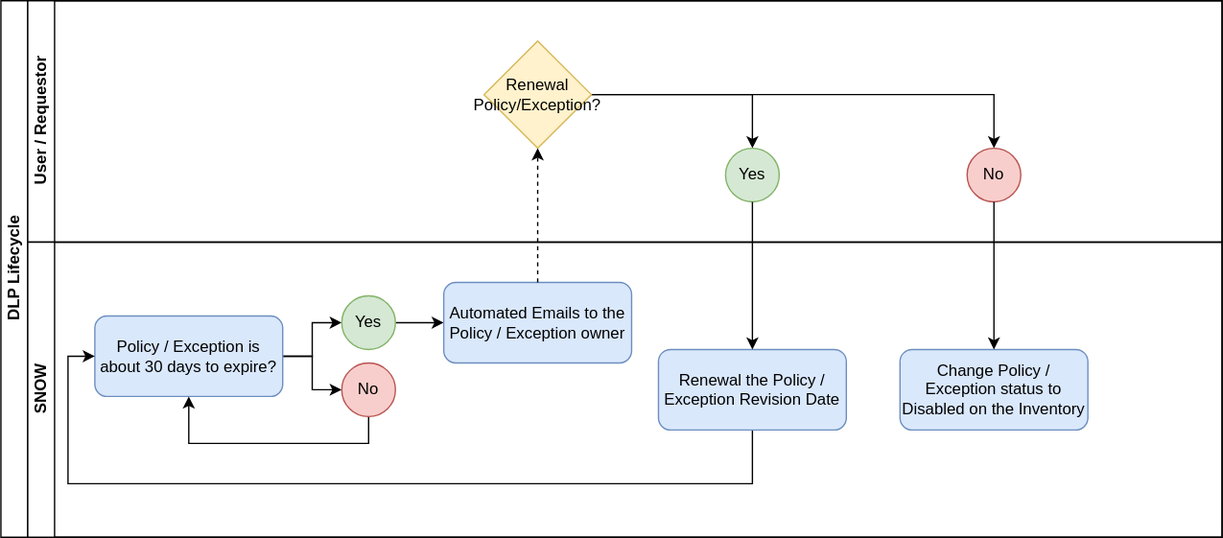
Earlier version of the draw.io export Lifecycle.svg (jovblopes/Internet-of-Things). Source tidied: cells renumbered, new cells last; positions are measured from the earlier drawing's top-left corner, leaving out a move shared by most shapes. Source of this version:
```xml
<mxGraphModel background="#ffffff">
  <root>
    <mxCell id="0" />
    <mxCell id="1" parent="0" />
    <mxCell id="2" value="DLP Lifecycle" style="swimlane;html=1;horizontal=0;startSize=20;" parent="1" vertex="1">
      <mxGeometry width="910" height="400" as="geometry" />
    </mxCell>
    <mxCell id="3" value="User / Requestor" style="swimlane;html=1;startSize=20;horizontal=0;" parent="2" vertex="1">
      <mxGeometry x="20" width="890" height="180" as="geometry" />
    </mxCell>
    <mxCell id="4" style="edgeStyle=orthogonalEdgeStyle;rounded=0;jettySize=auto;html=1;entryX=0.5;entryY=0;entryDx=0;entryDy=0;" parent="3" edge="1" source="6" target="7">
      <mxGeometry relative="1" as="geometry" />
    </mxCell>
    <mxCell id="5" style="edgeStyle=orthogonalEdgeStyle;rounded=0;jettySize=auto;html=1;entryX=0.5;entryY=0;entryDx=0;entryDy=0;" parent="3" edge="1" source="6" target="8">
      <mxGeometry relative="1" as="geometry" />
    </mxCell>
    <mxCell id="6" value="Renewal Policy/Exception?" style="rhombus;whiteSpace=wrap;html=1;fillColor=#fff2cc;strokeColor=#d6b656;" parent="3" vertex="1">
      <mxGeometry x="340" y="30" width="80" height="80" as="geometry" />
    </mxCell>
    <mxCell id="7" value="Yes" style="ellipse;whiteSpace=wrap;html=1;fillColor=#d5e8d4;strokeColor=#82b366;" parent="3" vertex="1">
      <mxGeometry x="520" y="110" width="40" height="40" as="geometry" />
    </mxCell>
    <mxCell id="8" value="No" style="ellipse;whiteSpace=wrap;html=1;fillColor=#f8cecc;strokeColor=#b85450;" parent="3" vertex="1">
      <mxGeometry x="700" y="110" width="40" height="40" as="geometry" />
    </mxCell>
    <mxCell id="9" value="SNOW" style="swimlane;html=1;startSize=20;horizontal=0;" parent="2" vertex="1">
      <mxGeometry x="20" y="180" width="890" height="220" as="geometry" />
    </mxCell>
    <mxCell id="10" style="edgeStyle=orthogonalEdgeStyle;rounded=0;jettySize=auto;html=1;entryX=0;entryY=0.5;entryDx=0;entryDy=0;" parent="9" edge="1" source="12" target="14">
      <mxGeometry relative="1" as="geometry" />
    </mxCell>
    <mxCell id="11" style="edgeStyle=orthogonalEdgeStyle;rounded=0;jettySize=auto;html=1;entryX=0;entryY=0.5;entryDx=0;entryDy=0;" parent="9" edge="1" source="12" target="16">
      <mxGeometry relative="1" as="geometry" />
    </mxCell>
    <mxCell id="12" value="Policy / Exception is about 30 days to expire?" style="rounded=1;whiteSpace=wrap;html=1;fillColor=#dae8fc;strokeColor=#6c8ebf;" parent="9" vertex="1">
      <mxGeometry x="50" y="55" width="140" height="60" as="geometry" />
    </mxCell>
    <mxCell id="13" style="edgeStyle=orthogonalEdgeStyle;rounded=0;jettySize=auto;html=1;entryX=0;entryY=0.5;entryDx=0;entryDy=0;" parent="9" edge="1" source="14" target="17">
      <mxGeometry relative="1" as="geometry" />
    </mxCell>
    <mxCell id="14" value="Yes" style="ellipse;whiteSpace=wrap;html=1;fillColor=#d5e8d4;strokeColor=#82b366;" parent="9" vertex="1">
      <mxGeometry x="234" y="40" width="40" height="40" as="geometry" />
    </mxCell>
    <mxCell id="15" style="edgeStyle=orthogonalEdgeStyle;rounded=0;jettySize=auto;html=1;entryX=0.5;entryY=1;entryDx=0;entryDy=0;" parent="9" edge="1" source="16" target="12">
      <mxGeometry relative="1" as="geometry">
        <Array as="points">
          <mxPoint x="254" y="150" />
          <mxPoint x="120" y="150" />
        </Array>
      </mxGeometry>
    </mxCell>
    <mxCell id="16" value="No" style="ellipse;whiteSpace=wrap;html=1;fillColor=#f8cecc;strokeColor=#b85450;" parent="9" vertex="1">
      <mxGeometry x="234" y="90" width="40" height="40" as="geometry" />
    </mxCell>
    <mxCell id="17" value="Automated Emails to the Policy / Exception owner" style="rounded=1;whiteSpace=wrap;html=1;fillColor=#dae8fc;strokeColor=#6c8ebf;" parent="9" vertex="1">
      <mxGeometry x="310" y="30" width="140" height="60" as="geometry" />
    </mxCell>
    <mxCell id="18" style="edgeStyle=orthogonalEdgeStyle;rounded=0;jettySize=auto;html=1;entryX=0;entryY=0.5;entryDx=0;entryDy=0;" parent="9" edge="1" source="19" target="12">
      <mxGeometry relative="1" as="geometry">
        <Array as="points">
          <mxPoint x="540" y="180" />
          <mxPoint x="30" y="180" />
          <mxPoint x="30" y="85" />
        </Array>
      </mxGeometry>
    </mxCell>
    <mxCell id="19" value="Renewal the Policy / Exception Revision Date" style="rounded=1;whiteSpace=wrap;html=1;fillColor=#dae8fc;strokeColor=#6c8ebf;" parent="9" vertex="1">
      <mxGeometry x="470" y="80" width="140" height="60" as="geometry" />
    </mxCell>
    <mxCell id="20" value="Change Policy / Exception status to Disabled on the Inventory" style="rounded=1;whiteSpace=wrap;html=1;fillColor=#dae8fc;strokeColor=#6c8ebf;" parent="9" vertex="1">
      <mxGeometry x="650" y="80" width="140" height="60" as="geometry" />
    </mxCell>
    <mxCell id="21" style="edgeStyle=orthogonalEdgeStyle;rounded=0;jettySize=auto;html=1;entryX=0.5;entryY=1;entryDx=0;entryDy=0;dashed=1;" parent="2" edge="1" source="17" target="6">
      <mxGeometry relative="1" as="geometry" />
    </mxCell>
    <mxCell id="22" style="edgeStyle=orthogonalEdgeStyle;rounded=0;jettySize=auto;html=1;entryX=0.5;entryY=0;entryDx=0;entryDy=0;" parent="2" edge="1" source="7" target="19">
      <mxGeometry relative="1" as="geometry" />
    </mxCell>
    <mxCell id="23" style="edgeStyle=orthogonalEdgeStyle;rounded=0;jettySize=auto;html=1;entryX=0.5;entryY=0;entryDx=0;entryDy=0;" parent="2" edge="1" source="8" target="20">
      <mxGeometry relative="1" as="geometry" />
    </mxCell>
  </root>
</mxGraphModel>
```
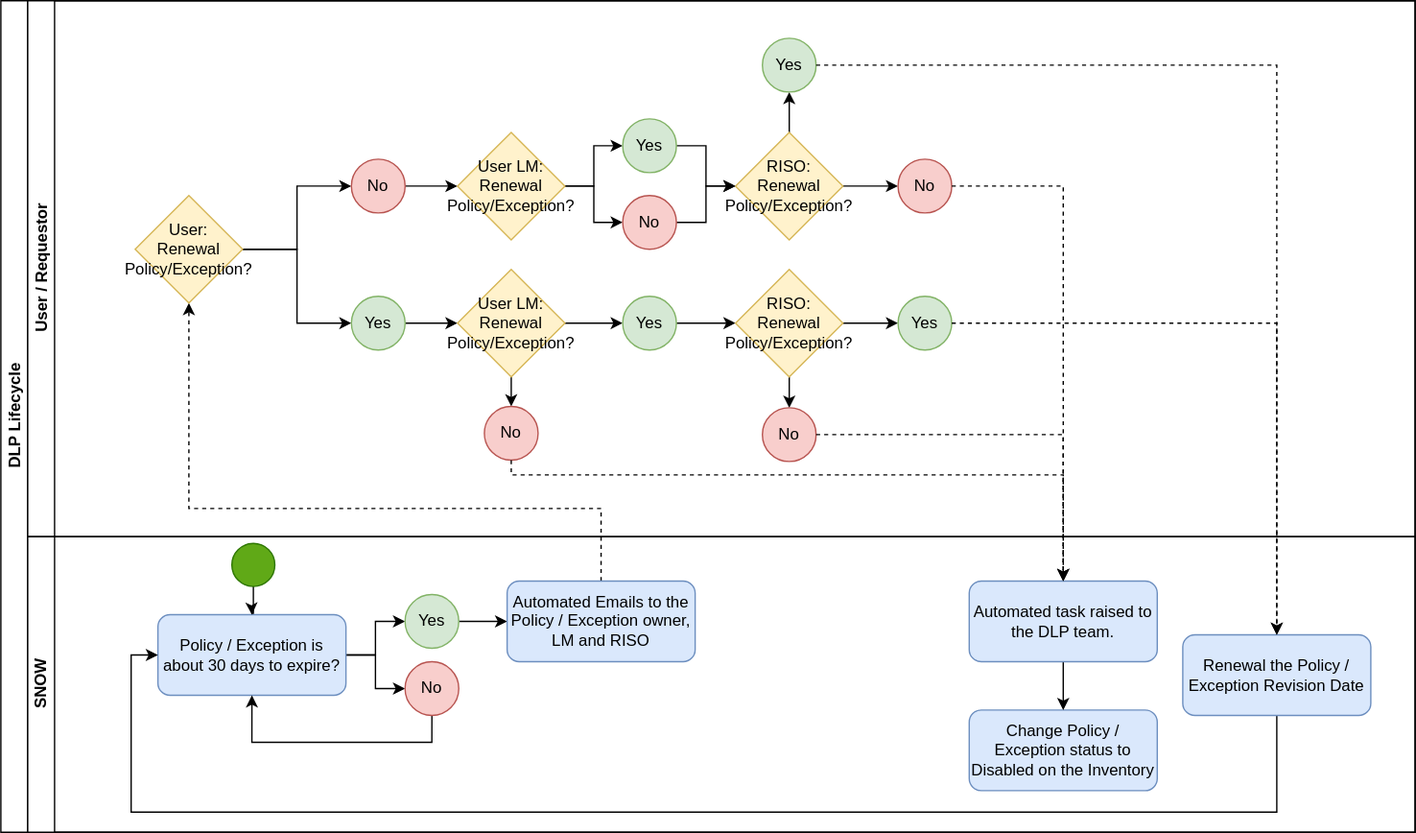
The same file after the commit.

What changed in the source:
```diff
@@ -3,28 +3,111 @@
     <mxCell id="0" />
     <mxCell id="1" parent="0" />
     <mxCell id="2" value="DLP Lifecycle" style="swimlane;html=1;horizontal=0;startSize=20;" parent="1" vertex="1">
-      <mxGeometry width="910" height="400" as="geometry" />
+      <mxGeometry width="1053" height="619" as="geometry" />
     </mxCell>
+    <mxCell id="21" style="edgeStyle=orthogonalEdgeStyle;rounded=0;jettySize=auto;html=1;entryX=0.5;entryY=1;entryDx=0;entryDy=0;dashed=1;" parent="2" edge="1" source="17" target="6">
+      <mxGeometry relative="1" as="geometry">
+        <Array as="points">
+          <mxPoint x="447" y="378" />
+          <mxPoint x="140" y="378" />
+        </Array>
+      </mxGeometry>
+    </mxCell>
     <mxCell id="3" value="User / Requestor" style="swimlane;html=1;startSize=20;horizontal=0;" parent="2" vertex="1">
-      <mxGeometry x="20" width="890" height="180" as="geometry" />
+      <mxGeometry x="20" width="1033" height="399" as="geometry" />
     </mxCell>
+    <mxCell id="5" style="edgeStyle=orthogonalEdgeStyle;rounded=0;jettySize=auto;html=1;entryX=0;entryY=0.5;entryDx=0;entryDy=0;" parent="3" edge="1" source="6" target="8">
+      <mxGeometry relative="1" as="geometry" />
+    </mxCell>
-    <mxCell id="4" style="edgeStyle=orthogonalEdgeStyle;rounded=0;jettySize=auto;html=1;entryX=0.5;entryY=0;entryDx=0;entryDy=0;" parent="3" edge="1" source="6" target="7">
+    <mxCell id="4" style="edgeStyle=orthogonalEdgeStyle;rounded=0;jettySize=auto;html=1;entryX=0;entryY=0.5;entryDx=0;entryDy=0;" parent="3" edge="1" source="6" target="7">
       <mxGeometry relative="1" as="geometry" />
     </mxCell>
-    <mxCell id="5" style="edgeStyle=orthogonalEdgeStyle;rounded=0;jettySize=auto;html=1;entryX=0.5;entryY=0;entryDx=0;entryDy=0;" parent="3" edge="1" source="6" target="8">
-      <mxGeometry relative="1" as="geometry" />
-    </mxCell>
-    <mxCell id="6" value="Renewal Policy/Exception?" style="rhombus;whiteSpace=wrap;html=1;fillColor=#fff2cc;strokeColor=#d6b656;" parent="3" vertex="1">
-      <mxGeometry x="340" y="30" width="80" height="80" as="geometry" />
+    <mxCell id="6" value="User:&lt;br&gt;Renewal Policy/Exception?" style="rhombus;whiteSpace=wrap;html=1;fillColor=#fff2cc;strokeColor=#d6b656;" parent="3" vertex="1">
+      <mxGeometry x="80" y="145" width="80" height="80" as="geometry" />
     </mxCell>
+    <mxCell id="24" style="edgeStyle=orthogonalEdgeStyle;rounded=0;jettySize=auto;html=1;entryX=0;entryY=0.5;entryDx=0;entryDy=0;" parent="3" edge="1" source="7" target="31">
+      <mxGeometry relative="1" as="geometry" />
+    </mxCell>
     <mxCell id="7" value="Yes" style="ellipse;whiteSpace=wrap;html=1;fillColor=#d5e8d4;strokeColor=#82b366;" parent="3" vertex="1">
-      <mxGeometry x="520" y="110" width="40" height="40" as="geometry" />
+      <mxGeometry x="241" y="220" width="40" height="40" as="geometry" />
     </mxCell>
+    <mxCell id="25" style="edgeStyle=orthogonalEdgeStyle;rounded=0;jettySize=auto;html=1;entryX=0;entryY=0.5;entryDx=0;entryDy=0;" parent="3" edge="1" source="8" target="28">
+      <mxGeometry relative="1" as="geometry" />
+    </mxCell>
     <mxCell id="8" value="No" style="ellipse;whiteSpace=wrap;html=1;fillColor=#f8cecc;strokeColor=#b85450;" parent="3" vertex="1">
-      <mxGeometry x="700" y="110" width="40" height="40" as="geometry" />
+      <mxGeometry x="241" y="118" width="40" height="40" as="geometry" />
     </mxCell>
+    <mxCell id="26" style="edgeStyle=orthogonalEdgeStyle;rounded=0;jettySize=auto;html=1;entryX=0;entryY=0.5;entryDx=0;entryDy=0;" parent="3" edge="1" source="28" target="48">
+      <mxGeometry relative="1" as="geometry" />
+    </mxCell>
+    <mxCell id="27" style="edgeStyle=orthogonalEdgeStyle;rounded=0;jettySize=auto;html=1;entryX=0;entryY=0.5;entryDx=0;entryDy=0;" parent="3" edge="1" source="28" target="35">
+      <mxGeometry relative="1" as="geometry" />
+    </mxCell>
+    <mxCell id="28" value="User LM:&lt;br&gt;Renewal Policy/Exception?" style="rhombus;whiteSpace=wrap;html=1;fillColor=#fff2cc;strokeColor=#d6b656;" parent="3" vertex="1">
+      <mxGeometry x="320" y="98" width="80" height="80" as="geometry" />
+    </mxCell>
+    <mxCell id="29" style="edgeStyle=orthogonalEdgeStyle;rounded=0;jettySize=auto;html=1;entryX=0;entryY=0.5;entryDx=0;entryDy=0;" parent="3" edge="1" source="31" target="33">
+      <mxGeometry relative="1" as="geometry" />
+    </mxCell>
+    <mxCell id="30" style="edgeStyle=orthogonalEdgeStyle;rounded=0;jettySize=auto;html=1;entryX=0.5;entryY=0;entryDx=0;entryDy=0;" parent="3" edge="1" source="31" target="45">
+      <mxGeometry relative="1" as="geometry" />
+    </mxCell>
+    <mxCell id="31" value="User LM:&lt;br&gt;Renewal Policy/Exception?" style="rhombus;whiteSpace=wrap;html=1;fillColor=#fff2cc;strokeColor=#d6b656;" parent="3" vertex="1">
+      <mxGeometry x="320" y="200" width="80" height="80" as="geometry" />
+    </mxCell>
+    <mxCell id="32" style="edgeStyle=orthogonalEdgeStyle;rounded=0;jettySize=auto;html=1;entryX=0;entryY=0.5;entryDx=0;entryDy=0;" parent="3" edge="1" source="33" target="41">
+      <mxGeometry relative="1" as="geometry" />
+    </mxCell>
+    <mxCell id="33" value="Yes" style="ellipse;whiteSpace=wrap;html=1;fillColor=#d5e8d4;strokeColor=#82b366;" parent="3" vertex="1">
+      <mxGeometry x="443" y="220" width="40" height="40" as="geometry" />
+    </mxCell>
+    <mxCell id="34" style="edgeStyle=orthogonalEdgeStyle;rounded=0;jettySize=auto;html=1;entryX=0;entryY=0.5;entryDx=0;entryDy=0;" parent="3" edge="1" source="35" target="38">
+      <mxGeometry relative="1" as="geometry" />
+    </mxCell>
+    <mxCell id="35" value="No" style="ellipse;whiteSpace=wrap;html=1;fillColor=#f8cecc;strokeColor=#b85450;" parent="3" vertex="1">
+      <mxGeometry x="443" y="145" width="40" height="40" as="geometry" />
+    </mxCell>
+    <mxCell id="36" style="edgeStyle=orthogonalEdgeStyle;rounded=0;jettySize=auto;html=1;entryX=0;entryY=0.5;entryDx=0;entryDy=0;" parent="3" edge="1" source="38" target="43">
+      <mxGeometry relative="1" as="geometry" />
+    </mxCell>
+    <mxCell id="37" style="edgeStyle=orthogonalEdgeStyle;rounded=0;jettySize=auto;html=1;entryX=0.5;entryY=1;entryDx=0;entryDy=0;" parent="3" edge="1" source="38" target="46">
+      <mxGeometry relative="1" as="geometry" />
+    </mxCell>
+    <mxCell id="38" value="RISO:&lt;br&gt;Renewal Policy/Exception?" style="rhombus;whiteSpace=wrap;html=1;fillColor=#fff2cc;strokeColor=#d6b656;" parent="3" vertex="1">
+      <mxGeometry x="527" y="98" width="80" height="80" as="geometry" />
+    </mxCell>
+    <mxCell id="39" style="edgeStyle=orthogonalEdgeStyle;rounded=0;jettySize=auto;html=1;entryX=0;entryY=0.5;entryDx=0;entryDy=0;" parent="3" edge="1" source="41" target="42">
+      <mxGeometry relative="1" as="geometry" />
+    </mxCell>
+    <mxCell id="40" style="edgeStyle=orthogonalEdgeStyle;rounded=0;jettySize=auto;html=1;entryX=0.5;entryY=0;entryDx=0;entryDy=0;" parent="3" edge="1" source="41" target="44">
+      <mxGeometry relative="1" as="geometry" />
+    </mxCell>
+    <mxCell id="41" value="RISO:&lt;br&gt;Renewal Policy/Exception?" style="rhombus;whiteSpace=wrap;html=1;fillColor=#fff2cc;strokeColor=#d6b656;" parent="3" vertex="1">
+      <mxGeometry x="527" y="200" width="80" height="80" as="geometry" />
+    </mxCell>
+    <mxCell id="42" value="Yes" style="ellipse;whiteSpace=wrap;html=1;fillColor=#d5e8d4;strokeColor=#82b366;" parent="3" vertex="1">
+      <mxGeometry x="648" y="220" width="40" height="40" as="geometry" />
+    </mxCell>
+    <mxCell id="43" value="No" style="ellipse;whiteSpace=wrap;html=1;fillColor=#f8cecc;strokeColor=#b85450;" parent="3" vertex="1">
+      <mxGeometry x="648" y="118" width="40" height="40" as="geometry" />
+    </mxCell>
+    <mxCell id="44" value="No" style="ellipse;whiteSpace=wrap;html=1;fillColor=#f8cecc;strokeColor=#b85450;" parent="3" vertex="1">
+      <mxGeometry x="547" y="303" width="40" height="40" as="geometry" />
+    </mxCell>
+    <mxCell id="45" value="No" style="ellipse;whiteSpace=wrap;html=1;fillColor=#f8cecc;strokeColor=#b85450;" parent="3" vertex="1">
+      <mxGeometry x="340" y="302" width="40" height="40" as="geometry" />
+    </mxCell>
+    <mxCell id="46" value="Yes" style="ellipse;whiteSpace=wrap;html=1;fillColor=#d5e8d4;strokeColor=#82b366;" parent="3" vertex="1">
+      <mxGeometry x="547" y="28" width="40" height="40" as="geometry" />
+    </mxCell>
+    <mxCell id="47" style="edgeStyle=orthogonalEdgeStyle;rounded=0;jettySize=auto;html=1;entryX=0;entryY=0.5;entryDx=0;entryDy=0;" parent="3" edge="1" source="48" target="38">
+      <mxGeometry relative="1" as="geometry" />
+    </mxCell>
+    <mxCell id="48" value="Yes" style="ellipse;whiteSpace=wrap;html=1;fillColor=#d5e8d4;strokeColor=#82b366;" parent="3" vertex="1">
+      <mxGeometry x="443" y="88" width="40" height="40" as="geometry" />
+    </mxCell>
     <mxCell id="9" value="SNOW" style="swimlane;html=1;startSize=20;horizontal=0;" parent="2" vertex="1">
-      <mxGeometry x="20" y="180" width="890" height="220" as="geometry" />
+      <mxGeometry x="20" y="399" width="1033" height="220" as="geometry" />
     </mxCell>
     <mxCell id="10" style="edgeStyle=orthogonalEdgeStyle;rounded=0;jettySize=auto;html=1;entryX=0;entryY=0.5;entryDx=0;entryDy=0;" parent="9" edge="1" source="12" target="14">
       <mxGeometry relative="1" as="geometry" />
@@ -33,51 +116,76 @@
       <mxGeometry relative="1" as="geometry" />
     </mxCell>
     <mxCell id="12" value="Policy / Exception is about 30 days to expire?" style="rounded=1;whiteSpace=wrap;html=1;fillColor=#dae8fc;strokeColor=#6c8ebf;" parent="9" vertex="1">
-      <mxGeometry x="50" y="55" width="140" height="60" as="geometry" />
+      <mxGeometry x="96.9" y="58" width="140" height="60" as="geometry" />
     </mxCell>
     <mxCell id="13" style="edgeStyle=orthogonalEdgeStyle;rounded=0;jettySize=auto;html=1;entryX=0;entryY=0.5;entryDx=0;entryDy=0;" parent="9" edge="1" source="14" target="17">
       <mxGeometry relative="1" as="geometry" />
     </mxCell>
     <mxCell id="14" value="Yes" style="ellipse;whiteSpace=wrap;html=1;fillColor=#d5e8d4;strokeColor=#82b366;" parent="9" vertex="1">
-      <mxGeometry x="234" y="40" width="40" height="40" as="geometry" />
+      <mxGeometry x="280.9" y="43" width="40" height="40" as="geometry" />
     </mxCell>
     <mxCell id="15" style="edgeStyle=orthogonalEdgeStyle;rounded=0;jettySize=auto;html=1;entryX=0.5;entryY=1;entryDx=0;entryDy=0;" parent="9" edge="1" source="16" target="12">
       <mxGeometry relative="1" as="geometry">
         <Array as="points">
-          <mxPoint x="254" y="150" />
-          <mxPoint x="120" y="150" />
+          <mxPoint x="300.9" y="153" />
+          <mxPoint x="166.9" y="153" />
         </Array>
       </mxGeometry>
     </mxCell>
     <mxCell id="16" value="No" style="ellipse;whiteSpace=wrap;html=1;fillColor=#f8cecc;strokeColor=#b85450;" parent="9" vertex="1">
-      <mxGeometry x="234" y="90" width="40" height="40" as="geometry" />
+      <mxGeometry x="280.9" y="93" width="40" height="40" as="geometry" />
     </mxCell>
-    <mxCell id="17" value="Automated Emails to the Policy / Exception owner" style="rounded=1;whiteSpace=wrap;html=1;fillColor=#dae8fc;strokeColor=#6c8ebf;" parent="9" vertex="1">
-      <mxGeometry x="310" y="30" width="140" height="60" as="geometry" />
+    <mxCell id="17" value="Automated Emails to the Policy / Exception owner, LM and RISO" style="rounded=1;whiteSpace=wrap;html=1;fillColor=#dae8fc;strokeColor=#6c8ebf;" parent="9" vertex="1">
+      <mxGeometry x="356.9" y="33" width="140" height="60" as="geometry" />
     </mxCell>
     <mxCell id="18" style="edgeStyle=orthogonalEdgeStyle;rounded=0;jettySize=auto;html=1;entryX=0;entryY=0.5;entryDx=0;entryDy=0;" parent="9" edge="1" source="19" target="12">
       <mxGeometry relative="1" as="geometry">
         <Array as="points">
-          <mxPoint x="540" y="180" />
-          <mxPoint x="30" y="180" />
-          <mxPoint x="30" y="85" />
+          <mxPoint x="930" y="205" />
+          <mxPoint x="77" y="205" />
+          <mxPoint x="77" y="88" />
         </Array>
       </mxGeometry>
     </mxCell>
     <mxCell id="19" value="Renewal the Policy / Exception Revision Date" style="rounded=1;whiteSpace=wrap;html=1;fillColor=#dae8fc;strokeColor=#6c8ebf;" parent="9" vertex="1">
-      <mxGeometry x="470" y="80" width="140" height="60" as="geometry" />
+      <mxGeometry x="860" y="73" width="140" height="60" as="geometry" />
     </mxCell>
     <mxCell id="20" value="Change Policy / Exception status to Disabled on the Inventory" style="rounded=1;whiteSpace=wrap;html=1;fillColor=#dae8fc;strokeColor=#6c8ebf;" parent="9" vertex="1">
-      <mxGeometry x="650" y="80" width="140" height="60" as="geometry" />
+      <mxGeometry x="701" y="129" width="140" height="60" as="geometry" />
     </mxCell>
-    <mxCell id="21" style="edgeStyle=orthogonalEdgeStyle;rounded=0;jettySize=auto;html=1;entryX=0.5;entryY=1;entryDx=0;entryDy=0;dashed=1;" parent="2" edge="1" source="17" target="6">
-      <mxGeometry relative="1" as="geometry" />
-    </mxCell>
-    <mxCell id="22" style="edgeStyle=orthogonalEdgeStyle;rounded=0;jettySize=auto;html=1;entryX=0.5;entryY=0;entryDx=0;entryDy=0;" parent="2" edge="1" source="7" target="19">
-      <mxGeometry relative="1" as="geometry" />
-    </mxCell>
-    <mxCell id="23" style="edgeStyle=orthogonalEdgeStyle;rounded=0;jettySize=auto;html=1;entryX=0.5;entryY=0;entryDx=0;entryDy=0;" parent="2" edge="1" source="8" target="20">
-      <mxGeometry relative="1" as="geometry" />
-    </mxCell>
+    <mxCell id="49" style="edgeStyle=orthogonalEdgeStyle;rounded=0;jettySize=auto;html=1;entryX=0.5;entryY=0;entryDx=0;entryDy=0;" parent="9" edge="1" source="50" target="12">
+      <mxGeometry relative="1" as="geometry" />
+    </mxCell>
+    <mxCell id="50" style="ellipse;whiteSpace=wrap;html=1;fillColor=#60a917;strokeColor=#2D7600;fontColor=#ffffff;" parent="9" vertex="1">
+      <mxGeometry x="152" y="5" width="32" height="32" as="geometry" />
+    </mxCell>
+    <mxCell id="51" style="edgeStyle=orthogonalEdgeStyle;rounded=0;jettySize=auto;html=1;entryX=0.5;entryY=0;entryDx=0;entryDy=0;" parent="9" edge="1" source="52" target="20">
+      <mxGeometry relative="1" as="geometry" />
+    </mxCell>
+    <mxCell id="52" value="Automated task raised to the DLP team." style="rounded=1;whiteSpace=wrap;html=1;fillColor=#dae8fc;strokeColor=#6c8ebf;" parent="9" vertex="1">
+      <mxGeometry x="701" y="33" width="140" height="60" as="geometry" />
+    </mxCell>
+    <mxCell id="53" style="edgeStyle=orthogonalEdgeStyle;rounded=0;jettySize=auto;html=1;entryX=0.5;entryY=0;entryDx=0;entryDy=0;dashed=1;" parent="2" edge="1" source="42" target="19">
+      <mxGeometry relative="1" as="geometry" />
+    </mxCell>
+    <mxCell id="54" style="edgeStyle=orthogonalEdgeStyle;rounded=0;jettySize=auto;html=1;entryX=0.5;entryY=0;entryDx=0;entryDy=0;dashed=1;" parent="2" edge="1" source="44" target="52">
+      <mxGeometry relative="1" as="geometry" />
+    </mxCell>
+    <mxCell id="55" style="edgeStyle=orthogonalEdgeStyle;rounded=0;jettySize=auto;html=1;entryX=0.5;entryY=0;entryDx=0;entryDy=0;dashed=1;" parent="2" edge="1" source="45" target="52">
+      <mxGeometry relative="1" as="geometry">
+        <Array as="points">
+          <mxPoint x="380" y="353" />
+          <mxPoint x="791" y="353" />
+        </Array>
+      </mxGeometry>
+    </mxCell>
+    <mxCell id="56" style="edgeStyle=orthogonalEdgeStyle;rounded=0;jettySize=auto;html=1;dashed=1;" parent="2" edge="1" source="46" target="19">
+      <mxGeometry relative="1" as="geometry" />
+    </mxCell>
+    <mxCell id="57" style="edgeStyle=orthogonalEdgeStyle;rounded=0;jettySize=auto;html=1;dashed=1;" parent="2" edge="1" source="43">
+      <mxGeometry relative="1" as="geometry">
+        <mxPoint x="791" y="432" as="targetPoint" />
+      </mxGeometry>
+    </mxCell>
   </root>
 </mxGraphModel>
```
